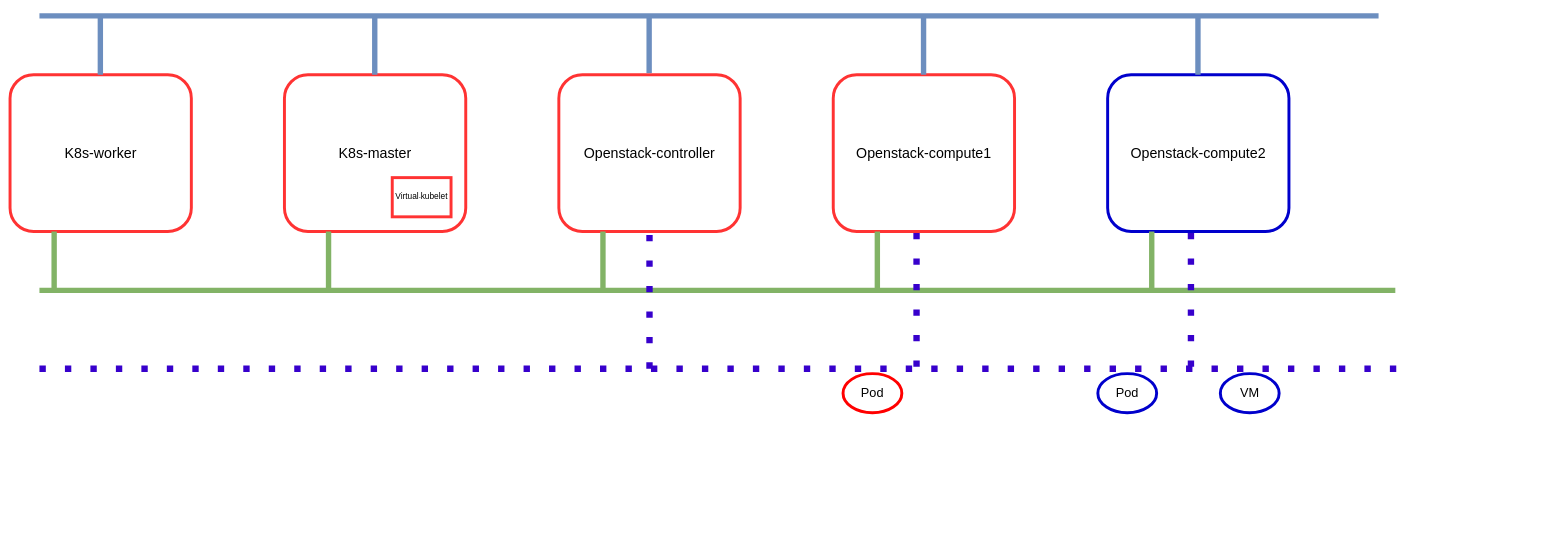
Earlier version of the draw.io diagram BizFly-kubernetes.drawio (lmq1999/123). Source tidied: cells renumbered, new cells numbered last; positions are measured from the earlier drawing's top-left corner, leaving out a move shared by most shapes. Both pictures are drawn from the tidied source at 49%, with x=0, y=0 at pixel (10, 16).
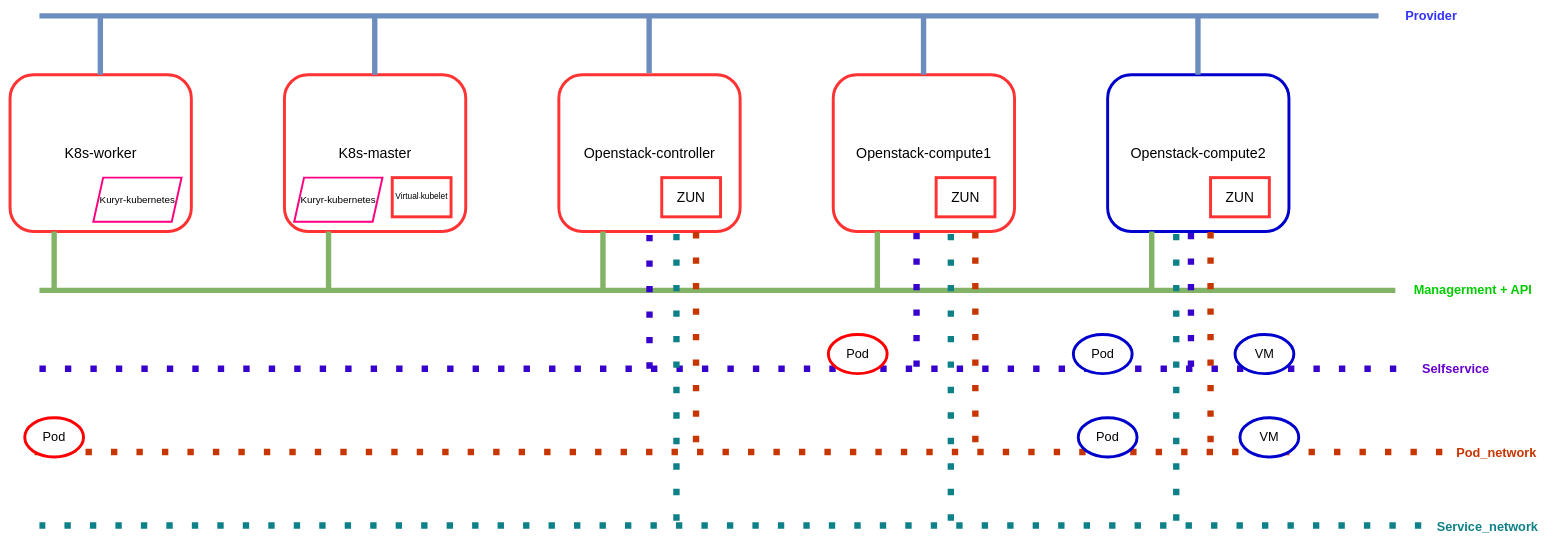
The same diagram, later.

The edit, as a diff of the source:
```diff
@@
     <mxCell id="24" value="&lt;font style=&quot;font-size: 26px&quot;&gt;Pod&lt;/font&gt;" style="ellipse;whiteSpace=wrap;html=1;strokeColor=#0000CC;strokeWidth=6;" parent="1" vertex="1">
-      <mxGeometry x="2220" y="730" width="120" height="80" as="geometry" />
+      <mxGeometry x="2170" y="650" width="120" height="80" as="geometry" />
     </mxCell>
     <mxCell id="25" value="&lt;font style=&quot;font-size: 26px&quot;&gt;VM&lt;/font&gt;" style="ellipse;whiteSpace=wrap;html=1;strokeColor=#0000CC;strokeWidth=6;" parent="1" vertex="1">
-      <mxGeometry x="2470" y="730" width="120" height="80" as="geometry" />
+      <mxGeometry x="2500" y="650" width="120" height="80" as="geometry" />
     </mxCell>
     <mxCell id="26" value="&lt;font style=&quot;font-size: 26px&quot;&gt;Pod&lt;/font&gt;" style="ellipse;whiteSpace=wrap;html=1;strokeWidth=6;strokeColor=#FF0000;" parent="1" vertex="1">
-      <mxGeometry x="1700" y="730" width="120" height="80" as="geometry" />
+      <mxGeometry x="1670" y="650" width="120" height="80" as="geometry" />
     </mxCell>
+    <mxCell id="27" value="&lt;font color=&quot;#3333FF&quot;&gt;&lt;b&gt;&lt;font style=&quot;font-size: 26px&quot;&gt;Provider&lt;/font&gt;&lt;/b&gt;&lt;/font&gt;" style="text;html=1;align=center;verticalAlign=middle;strokeWidth=10;" parent="1" vertex="1">
+      <mxGeometry x="2830" y="-10" width="140" height="20" as="geometry" />
+    </mxCell>
+    <mxCell id="28" value="&lt;b&gt;&lt;font style=&quot;font-size: 26px&quot; color=&quot;#00CC00&quot;&gt;Managerment + API&lt;/font&gt;&lt;/b&gt;" style="text;html=1;align=center;verticalAlign=middle;strokeWidth=10;" parent="1" vertex="1">
+      <mxGeometry x="2830" y="550" width="310" height="20" as="geometry" />
+    </mxCell>
+    <mxCell id="29" value="&lt;b&gt;&lt;font style=&quot;font-size: 26px&quot; color=&quot;#6600CC&quot;&gt;Selfservice&lt;/font&gt;&lt;/b&gt;" style="text;html=1;align=center;verticalAlign=middle;strokeWidth=10;" parent="1" vertex="1">
+      <mxGeometry x="2865" y="710" width="170" height="20" as="geometry" />
+    </mxCell>
+    <mxCell id="30" style="endArrow=none;dashed=1;html=1;dashPattern=1 3;strokeWidth=13;fillColor=#fa6800;strokeColor=#C73500;entryX=0.5;entryY=1;entryDx=0;entryDy=0;" parent="1" edge="1">
+      <mxGeometry relative="1" as="geometry">
+        <mxPoint x="1400" y="870" as="sourcePoint" />
+        <mxPoint x="1400" y="420" as="targetPoint" />
+      </mxGeometry>
+    </mxCell>
+    <mxCell id="31" style="endArrow=none;dashed=1;html=1;dashPattern=1 3;strokeWidth=13;fillColor=#fa6800;strokeColor=#C73500;entryX=0.5;entryY=1;entryDx=0;entryDy=0;" parent="1" edge="1">
+      <mxGeometry relative="1" as="geometry">
+        <mxPoint x="1970" y="870" as="sourcePoint" />
+        <mxPoint x="1970" y="420" as="targetPoint" />
+      </mxGeometry>
+    </mxCell>
+    <mxCell id="32" style="endArrow=none;dashed=1;html=1;dashPattern=1 3;strokeWidth=13;fillColor=#fa6800;strokeColor=#C73500;entryX=0.5;entryY=1;entryDx=0;entryDy=0;" parent="1" edge="1">
+      <mxGeometry relative="1" as="geometry">
+        <mxPoint x="2450" y="870" as="sourcePoint" />
+        <mxPoint x="2450" y="420" as="targetPoint" />
+      </mxGeometry>
+    </mxCell>
+    <mxCell id="33" style="endArrow=none;dashed=1;html=1;dashPattern=1 3;strokeWidth=13;fillColor=#fa6800;strokeColor=#C73500;" parent="1" edge="1">
+      <mxGeometry relative="1" as="geometry">
+        <mxPoint x="50" y="890" as="sourcePoint" />
+        <mxPoint x="2930" y="890" as="targetPoint" />
+      </mxGeometry>
+    </mxCell>
+    <mxCell id="34" style="endArrow=none;dashed=1;html=1;dashPattern=1 3;strokeWidth=13;fillColor=#b0e3e6;strokeColor=#0e8088;entryX=0.5;entryY=1;entryDx=0;entryDy=0;" parent="1" edge="1">
+      <mxGeometry relative="1" as="geometry">
+        <mxPoint x="1360" y="1030" as="sourcePoint" />
+        <mxPoint x="1360" y="430" as="targetPoint" />
+      </mxGeometry>
+    </mxCell>
+    <mxCell id="35" style="endArrow=none;dashed=1;html=1;dashPattern=1 3;strokeWidth=13;fillColor=#b0e3e6;strokeColor=#0e8088;entryX=0.5;entryY=1;entryDx=0;entryDy=0;" parent="1" edge="1">
+      <mxGeometry relative="1" as="geometry">
+        <mxPoint x="1920" y="1030" as="sourcePoint" />
+        <mxPoint x="1920" y="430" as="targetPoint" />
+      </mxGeometry>
+    </mxCell>
+    <mxCell id="36" style="endArrow=none;dashed=1;html=1;dashPattern=1 3;strokeWidth=13;fillColor=#b0e3e6;strokeColor=#0e8088;entryX=0.5;entryY=1;entryDx=0;entryDy=0;" parent="1" edge="1">
+      <mxGeometry relative="1" as="geometry">
+        <mxPoint x="2380" y="1030" as="sourcePoint" />
+        <mxPoint x="2380" y="430" as="targetPoint" />
+      </mxGeometry>
+    </mxCell>
+    <mxCell id="37" style="endArrow=none;dashed=1;html=1;dashPattern=1 3;strokeWidth=13;fillColor=#b0e3e6;strokeColor=#0e8088;" parent="1" edge="1">
+      <mxGeometry relative="1" as="geometry">
+        <mxPoint x="2880" y="1040" as="sourcePoint" />
+        <mxPoint x="60" y="1040" as="targetPoint" />
+      </mxGeometry>
+    </mxCell>
+    <mxCell id="38" value="&lt;font style=&quot;font-size: 26px&quot;&gt;Pod&lt;/font&gt;" style="ellipse;whiteSpace=wrap;html=1;strokeWidth=6;strokeColor=#FF0000;" parent="1" vertex="1">
+      <mxGeometry x="30" y="820" width="120" height="80" as="geometry" />
+    </mxCell>
+    <mxCell id="39" value="&lt;font style=&quot;font-size: 20px&quot;&gt;Kuryr-kubernetes&lt;/font&gt;" style="shape=parallelogram;perimeter=parallelogramPerimeter;whiteSpace=wrap;html=1;fixedSize=1;strokeColor=#FF0080;strokeWidth=4;" parent="1" vertex="1">
+      <mxGeometry x="580" y="330" width="180" height="90" as="geometry" />
+    </mxCell>
+    <mxCell id="40" value="&lt;font style=&quot;font-size: 20px&quot;&gt;Kuryr-kubernetes&lt;/font&gt;" style="shape=parallelogram;perimeter=parallelogramPerimeter;whiteSpace=wrap;html=1;fixedSize=1;strokeColor=#FF0080;strokeWidth=4;" parent="1" vertex="1">
+      <mxGeometry x="170" y="330" width="180" height="90" as="geometry" />
+    </mxCell>
+    <mxCell id="41" value="&lt;font style=&quot;font-size: 26px&quot;&gt;Pod&lt;/font&gt;" style="ellipse;whiteSpace=wrap;html=1;strokeColor=#0000CC;strokeWidth=6;" parent="1" vertex="1">
+      <mxGeometry x="2180" y="820" width="120" height="80" as="geometry" />
+    </mxCell>
+    <mxCell id="42" value="&lt;font style=&quot;font-size: 26px&quot;&gt;VM&lt;/font&gt;" style="ellipse;whiteSpace=wrap;html=1;strokeColor=#0000CC;strokeWidth=6;" parent="1" vertex="1">
+      <mxGeometry x="2510" y="820" width="120" height="80" as="geometry" />
+    </mxCell>
+    <mxCell id="43" value="&lt;font color=&quot;#C73500&quot;&gt;&lt;b&gt;&lt;font style=&quot;font-size: 26px&quot;&gt;Pod_network&lt;/font&gt;&lt;/b&gt;&lt;/font&gt;" style="text;whiteSpace=wrap;html=1;" parent="1" vertex="1">
+      <mxGeometry x="2950" y="870" width="180" height="30" as="geometry" />
+    </mxCell>
+    <mxCell id="44" value="&lt;font color=&quot;#0E8088&quot;&gt;&lt;b&gt;&lt;font style=&quot;font-size: 26px&quot;&gt;Service_network&lt;/font&gt;&lt;/b&gt;&lt;/font&gt;" style="text;whiteSpace=wrap;html=1;" parent="1" vertex="1">
+      <mxGeometry x="2910" y="1020" width="180" height="30" as="geometry" />
+    </mxCell>
+    <mxCell id="45" value="&lt;font style=&quot;font-size: 28px&quot;&gt;ZUN&lt;/font&gt;" style="rounded=0;whiteSpace=wrap;html=1;strokeColor=#FF3333;strokeWidth=6;" parent="1" vertex="1">
+      <mxGeometry x="1330" y="330" width="120" height="80" as="geometry" />
+    </mxCell>
+    <mxCell id="46" value="&lt;font style=&quot;font-size: 28px&quot;&gt;ZUN&lt;/font&gt;" style="rounded=0;whiteSpace=wrap;html=1;strokeColor=#FF3333;strokeWidth=6;" parent="1" vertex="1">
+      <mxGeometry x="1890" y="330" width="120" height="80" as="geometry" />
+    </mxCell>
+    <mxCell id="47" value="&lt;font style=&quot;font-size: 28px&quot;&gt;ZUN&lt;/font&gt;" style="rounded=0;whiteSpace=wrap;html=1;strokeColor=#FF3333;strokeWidth=6;" parent="1" vertex="1">
+      <mxGeometry x="2450" y="330" width="120" height="80" as="geometry" />
+    </mxCell>
```
